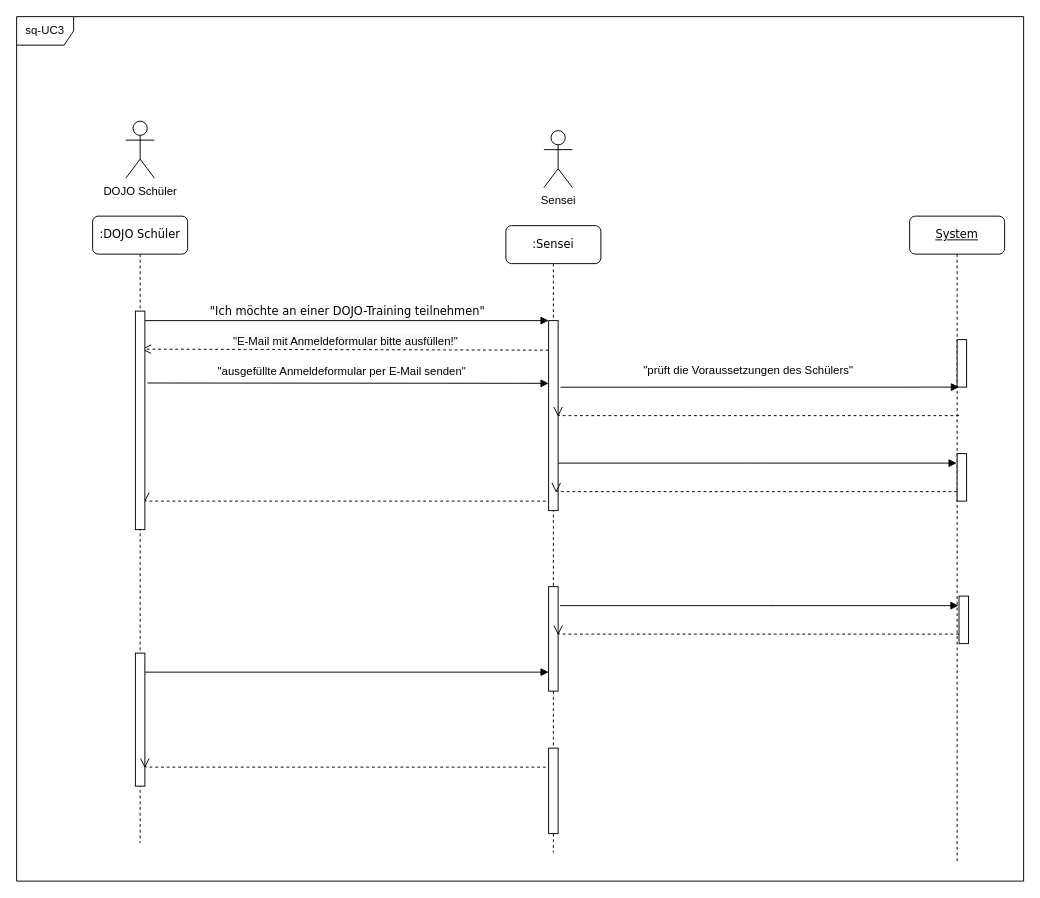
Before: Sequence Diagramm Use Case 3 - Schüler verwalten.drawio in Mikomy/Softwaremanagement-1, a draw.io diagram. Source tidied: cells renumbered, new cells numbered last; positions are measured from the earlier drawing's top-left corner, leaving out a move shared by most shapes. Both pictures are drawn from the tidied source at 95%, with x=0, y=0 at pixel (16, 16).
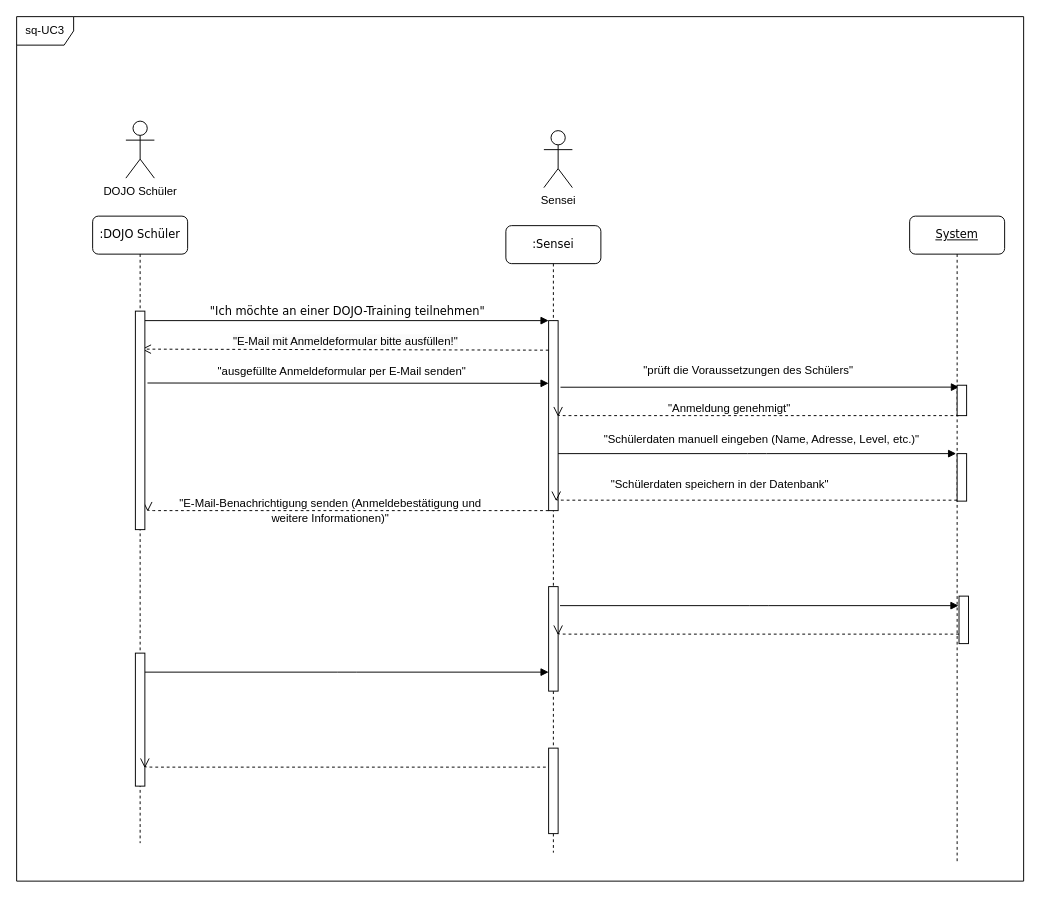
The same diagram, later.

The change refers to these unchanged cells:
```xml
<mxCell id="2" value="&lt;u&gt;System&lt;/u&gt;" style="shape=umlLifeline;perimeter=lifelinePerimeter;whiteSpace=wrap;html=1;rounded=1;shadow=0;comic=0;labelBackgroundColor=none;strokeWidth=1;fontFamily=Verdana;fontSize=12;align=center;" parent="1" vertex="1">
  <mxGeometry x="940" y="210" width="100" height="680" as="geometry" />
</mxCell>
<mxCell id="6" style="group;" parent="1" vertex="1">
  <mxGeometry x="490" y="60" width="512" height="820" as="geometry" />
</mxCell>
<mxCell id="27" style="group;" parent="1" vertex="1">
  <mxGeometry x="568" y="460" width="432" height="50" as="geometry" />
</mxCell>
```

Diff of the diagram source:
```diff
@@
-    <mxCell id="3" style="html=1;perimeter=orthogonalPerimeter;rounded=0;shadow=0;comic=0;labelBackgroundColor=none;strokeWidth=1;fontFamily=Verdana;fontSize=12;align=center;" parent="2" vertex="1">
-      <mxGeometry x="50" y="130" width="10" height="50" as="geometry" />
-    </mxCell>
@@
+    <mxCell id="3" style="html=1;perimeter=orthogonalPerimeter;rounded=0;shadow=0;comic=0;labelBackgroundColor=none;strokeWidth=1;fontFamily=Verdana;fontSize=12;align=center;" parent="6" vertex="1">
+      <mxGeometry x="500" y="328" width="10" height="32" as="geometry" />
+    </mxCell>
-    <mxCell id="19" style="html=1;verticalAlign=bottom;endArrow=open;dashed=1;endSize=8;labelBackgroundColor=none;fontFamily=Verdana;fontSize=12;edgeStyle=elbowEdgeStyle;elbow=vertical;entryX=0.8;entryY=0.352;entryDx=0;entryDy=0;entryPerimeter=0;" parent="1" edge="1">
+    <mxCell id="19" style="html=1;verticalAlign=bottom;endArrow=open;dashed=1;endSize=8;labelBackgroundColor=none;fontFamily=Verdana;fontSize=12;edgeStyle=elbowEdgeStyle;elbow=vertical;entryX=0.8;entryY=0.352;entryDx=0;entryDy=0;entryPerimeter=0;" parent="6" edge="1">
       <mxGeometry relative="1" as="geometry">
-        <mxPoint x="557" y="510" as="sourcePoint" />
-        <mxPoint x="135" y="511" as="targetPoint" />
+        <mxPoint x="70" y="460" as="sourcePoint" />
+        <mxPoint x="-352" y="461" as="targetPoint" />
         <Array as="points">
-          <mxPoint x="502" y="510" />
-          <mxPoint x="532" y="510" />
+          <mxPoint x="15" y="460" />
+          <mxPoint x="45" y="460" />
         </Array>
       </mxGeometry>
     </mxCell>
@@
     <mxCell id="29" style="html=1;verticalAlign=bottom;endArrow=block;labelBackgroundColor=none;fontFamily=Verdana;fontSize=12;edgeStyle=elbowEdgeStyle;elbow=vertical;" parent="27" edge="1">
       <mxGeometry relative="1" as="geometry">
-        <mxPoint x="2" y="10" as="sourcePoint" />
-        <mxPoint x="421.5" y="10" as="targetPoint" />
+        <mxPoint x="2" as="sourcePoint" />
+        <mxPoint x="421" as="targetPoint" />
       </mxGeometry>
     </mxCell>
     <mxCell id="30" style="html=1;verticalAlign=bottom;endArrow=open;dashed=1;endSize=8;labelBackgroundColor=none;fontFamily=Verdana;fontSize=12;edgeStyle=elbowEdgeStyle;elbow=vertical;entryX=0.8;entryY=0.352;entryDx=0;entryDy=0;entryPerimeter=0;" parent="27" edge="1">
       <mxGeometry relative="1" as="geometry">
-        <mxPoint x="422" y="40" as="sourcePoint" />
-        <mxPoint y="41" as="targetPoint" />
+        <mxPoint x="422" y="49" as="sourcePoint" />
+        <mxPoint y="50" as="targetPoint" />
         <Array as="points">
-          <mxPoint x="367" y="40" />
-          <mxPoint x="397" y="40" />
+          <mxPoint x="367" y="49" />
+          <mxPoint x="397" y="49" />
         </Array>
       </mxGeometry>
     </mxCell>
+    <mxCell id="35" value="&lt;p class=&quot;MsoNormal&quot;&gt;&quot;Schülerdaten manuell eingeben (Name, Adresse, Level, etc.)&quot;&lt;/p&gt;" style="text;html=1;align=center;verticalAlign=middle;strokeColor=none;fillColor=none;" parent="27" vertex="1">
+      <mxGeometry x="36" y="-40" width="360" height="50" as="geometry" />
+    </mxCell>
@@
+    <mxCell id="36" value="&quot;Anmeldung genehmigt&quot;" style="text;html=1;align=center;verticalAlign=middle;strokeColor=none;fillColor=none;" parent="1" vertex="1">
+      <mxGeometry x="675" y="398" width="150" height="30" as="geometry" />
+    </mxCell>
+    <mxCell id="37" value="&quot;&lt;span style=&quot;background-color: initial;&quot;&gt;Schülerdaten speichern in der Datenbank&lt;/span&gt;&lt;span style=&quot;background-color: initial;&quot;&gt;&quot;&lt;/span&gt;" style="text;html=1;align=center;verticalAlign=middle;strokeColor=none;fillColor=none;" parent="1" vertex="1">
+      <mxGeometry x="615" y="478" width="250" height="30" as="geometry" />
+    </mxCell>
+    <mxCell id="38" value="&quot;&lt;span style=&quot;background-color: initial;&quot;&gt;E-Mail-Benachrichtigung senden (Anmeldebestätigung und&lt;br/&gt;weitere Informationen)&lt;/span&gt;&lt;span style=&quot;background-color: initial;&quot;&gt;&quot;&lt;/span&gt;" style="text;html=1;align=center;verticalAlign=middle;strokeColor=none;fillColor=none;" parent="1" vertex="1">
+      <mxGeometry x="160" y="500" width="340" height="40" as="geometry" />
+    </mxCell>
```
